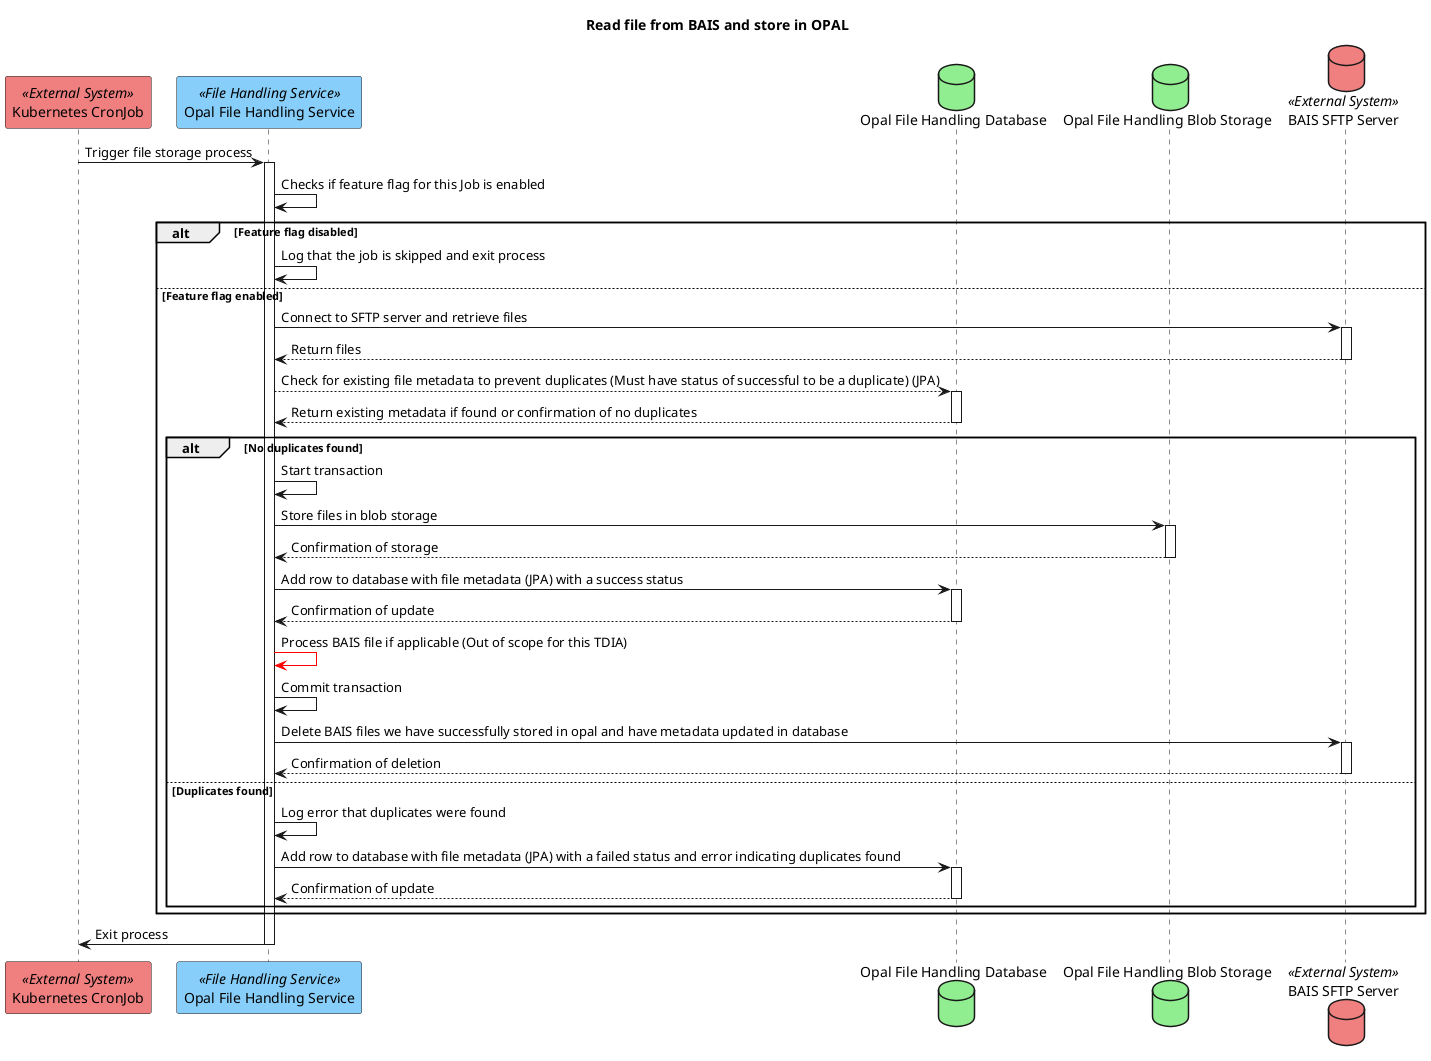
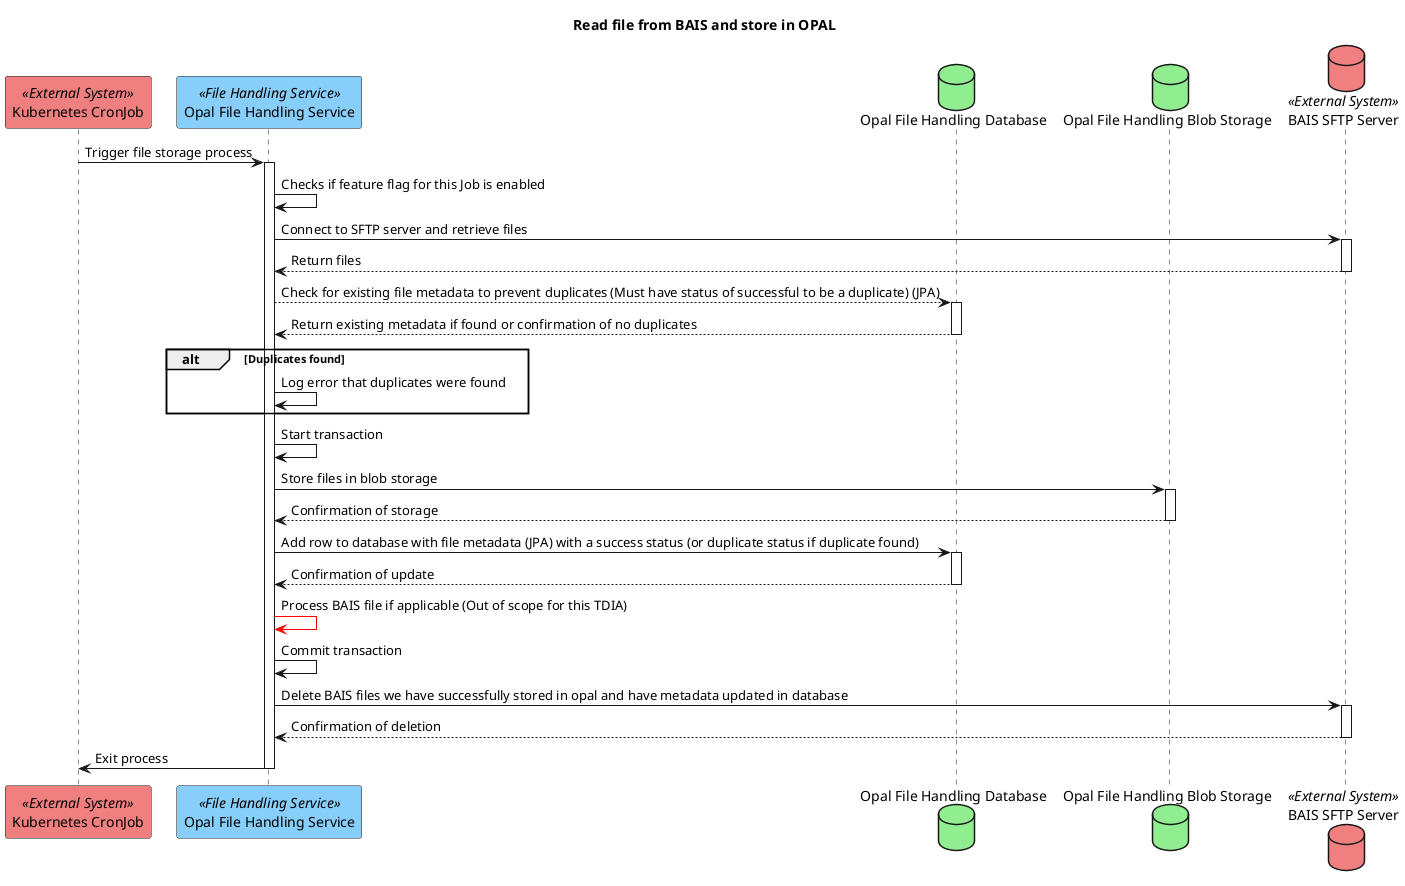
@startuml
title Read file from BAIS and store in OPAL
participant "Kubernetes CronJob" as cronjob <<External System>> #LightCoral
participant "Opal File Handling Service" as fileHandlingService <<File Handling Service>> #LightSkyBlue
database "Opal File Handling Database" as fileHandlingDb #LightGreen
database "Opal File Handling Blob Storage" as fileHandlingBlobStorage #LightGreen
database "BAIS SFTP Server" as baisSftpServer <<External System>> #LightCoral

cronjob -> fileHandlingService ++ : Trigger file storage process
fileHandlingService -> fileHandlingService : Checks if feature flag for this Job is enabled
- alt Feature flag disabled
-     fileHandlingService -> fileHandlingService : Log that the job is skipped and exit process
- else Feature flag enabled
-     fileHandlingService -> baisSftpServer ++ : Connect to SFTP server and retrieve files
-     baisSftpServer --> fileHandlingService -- : Return files
-     fileHandlingService --> fileHandlingDb ++ : Check for existing file metadata to prevent duplicates (Must have status of successful to be a duplicate) (JPA)
-     fileHandlingDb --> fileHandlingService -- : Return existing metadata if found or confirmation of no duplicates
- 
-     alt No duplicates found
-         fileHandlingService -> fileHandlingService : Start transaction
-         fileHandlingService -> fileHandlingBlobStorage ++ : Store files in blob storage
-         fileHandlingBlobStorage --> fileHandlingService -- : Confirmation of storage
-         fileHandlingService -> fileHandlingDb ++ : Add row to database with file metadata (JPA) with a success status
-         fileHandlingDb --> fileHandlingService -- : Confirmation of update
-         fileHandlingService -[#red]> fileHandlingService: Process BAIS file if applicable (Out of scope for this TDIA)
-         fileHandlingService -> fileHandlingService : Commit transaction
-         fileHandlingService -> baisSftpServer ++ : Delete BAIS files we have successfully stored in opal and have metadata updated in database
-         baisSftpServer --> fileHandlingService -- : Confirmation of deletion
-     else Duplicates found
-         fileHandlingService -> fileHandlingService : Log error that duplicates were found
-         fileHandlingService -> fileHandlingDb ++ : Add row to database with file metadata (JPA) with a failed status and error indicating duplicates found
-         fileHandlingDb --> fileHandlingService -- : Confirmation of update
-     end
+ fileHandlingService -> baisSftpServer ++ : Connect to SFTP server and retrieve files
+ baisSftpServer --> fileHandlingService -- : Return files
+ fileHandlingService --> fileHandlingDb ++ : Check for existing file metadata to prevent duplicates (Must have status of successful to be a duplicate) (JPA)
+ fileHandlingDb --> fileHandlingService -- : Return existing metadata if found or confirmation of no duplicates
+ alt Duplicates found
+     fileHandlingService -> fileHandlingService : Log error that duplicates were found
end
+ fileHandlingService -> fileHandlingService : Start transaction
+ fileHandlingService -> fileHandlingBlobStorage ++ : Store files in blob storage
+ fileHandlingBlobStorage --> fileHandlingService -- : Confirmation of storage
+ fileHandlingService -> fileHandlingDb ++ : Add row to database with file metadata (JPA) with a success status (or duplicate status if duplicate found)
+ fileHandlingDb --> fileHandlingService -- : Confirmation of update
+ fileHandlingService -[#red]> fileHandlingService: Process BAIS file if applicable (Out of scope for this TDIA)
+ fileHandlingService -> fileHandlingService : Commit transaction
+ fileHandlingService -> baisSftpServer ++ : Delete BAIS files we have successfully stored in opal and have metadata updated in database
+ baisSftpServer --> fileHandlingService -- : Confirmation of deletion
fileHandlingService -> cronjob -- : Exit process
@enduml